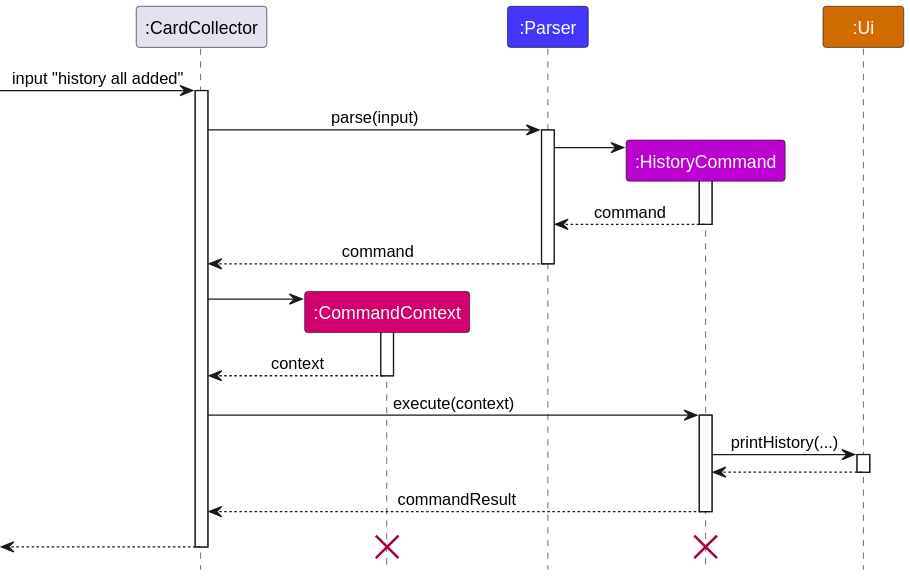
Above: docs/images/HistorySequenceDiagram.svg in HX2003/tp (PlantUML), before the change. The source it was exported from:
```plantuml
@startuml
!include Style.puml


participant ":CardCollector" as CardCollector
participant ":CommandContext" as CommandContext COMMANDCONTEXT_COLOR_PRIMARY
participant ":Parser" as Parser PARSER_COLOR_PRIMARY
participant ":HistoryCommand" as HistoryCommand COMMAND_COLOR_PRIMARY
participant ":Ui" as Ui UI_COLOR_PRIMARY

-> CardCollector : input "history all added"

activate CardCollector
CardCollector -> Parser : parse(input)
activate Parser

create HistoryCommand
Parser -> HistoryCommand
activate HistoryCommand
HistoryCommand --> Parser : command
deactivate HistoryCommand

Parser --> CardCollector : command
deactivate Parser
CardCollector -[hidden]-> Parser

create CommandContext
CardCollector -> CommandContext
activate CommandContext
CommandContext --> CardCollector : context
deactivate

CardCollector -> HistoryCommand : execute(context)
activate HistoryCommand

HistoryCommand -> Ui: printHistory(...)
activate Ui
Ui --> HistoryCommand
deactivate Ui

HistoryCommand --> CardCollector : commandResult
deactivate HistoryCommand
CardCollector -[hidden]-> Parser

<-- CardCollector
deactivate CardCollector

destroy CommandContext
destroy HistoryCommand
@enduml
```
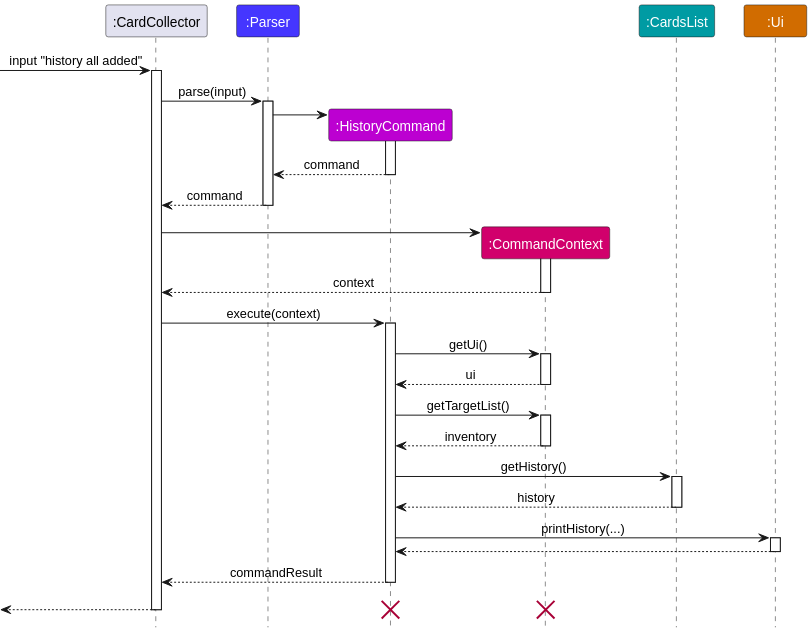
Above is the later version.

Commit message:
Improve history documentation

Change to the diagram source:
```diff
@@ -1,11 +1,12 @@
 @startuml
 !include Style.puml
 
+participant ":CardCollector" as CardCollector
+participant ":Parser" as Parser PARSER_COLOR_PRIMARY
 
-participant ":CardCollector" as CardCollector
+participant ":HistoryCommand" as HistoryCommand COMMAND_COLOR_PRIMARY
 participant ":CommandContext" as CommandContext COMMANDCONTEXT_COLOR_PRIMARY
-participant ":Parser" as Parser PARSER_COLOR_PRIMARY
-participant ":HistoryCommand" as HistoryCommand COMMAND_COLOR_PRIMARY
+participant ":CardsList" as CardsList CARDS_COLOR_PRIMARY
 participant ":Ui" as Ui UI_COLOR_PRIMARY
 
 -> CardCollector : input "history all added"
@@ -33,8 +34,25 @@
 CardCollector -> HistoryCommand : execute(context)
 activate HistoryCommand
 
+HistoryCommand -> CommandContext : getUi()
+activate CommandContext
+CommandContext --> HistoryCommand : ui
+deactivate CommandContext
+
+HistoryCommand -> CommandContext : getTargetList()
+activate CommandContext
+CommandContext --> HistoryCommand : inventory
+deactivate CommandContext
+
+HistoryCommand -> CardsList : getHistory()
+activate CardsList
+CardsList --> HistoryCommand : history
+deactivate CardsList
+
+
 HistoryCommand -> Ui: printHistory(...)
 activate Ui
+
 Ui --> HistoryCommand
 deactivate Ui
 
```
